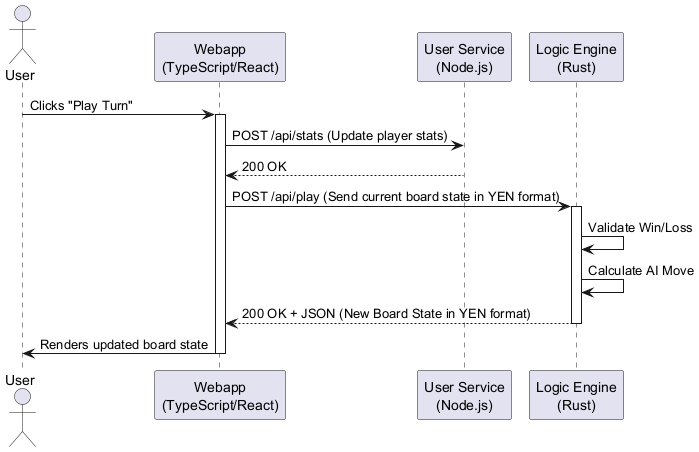
Arquisoft/yovi_en1a keeps this PlantUML diagram as images/api-communication-flow.png. Above is the earlier version.
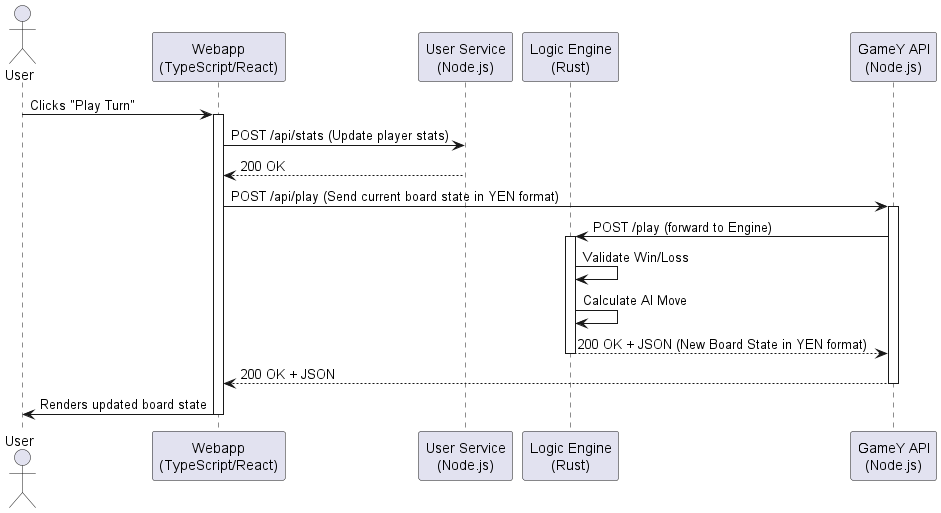
The same diagram one commit later.

The edit, as a diff of the source:
```diff
@@ -3,6 +3,7 @@
 participant "Webapp\n(TypeScript/React)" as WebApp
 participant "User Service\n(Node.js)" as Node
 participant "Logic Engine\n(Rust)" as Rust
+participant "GameY API\n(Node.js)" as API
 
 User -> WebApp : Clicks "Play Turn"
 activate WebApp
@@ -10,12 +11,16 @@
 WebApp -> Node : POST /api/stats (Update player stats)
 Node --> WebApp : 200 OK
 
-WebApp -> Rust : POST /api/play (Send current board state in YEN format)
+WebApp -> API : POST /api/play (Send current board state in YEN format)
+activate API
+API -> Rust : POST /play (forward to Engine)
 activate Rust
 Rust -> Rust : Validate Win/Loss
 Rust -> Rust : Calculate AI Move
-Rust --> WebApp : 200 OK + JSON (New Board State in YEN format)
+Rust --> API : 200 OK + JSON (New Board State in YEN format)
 deactivate Rust
+API --> WebApp : 200 OK + JSON
+deactivate API
 
 WebApp -> User : Renders updated board state
 deactivate WebApp
```
